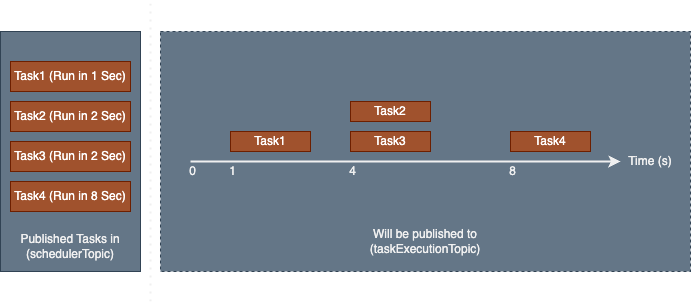
Earlier version of the draw.io export docs/WorkFlow-1.png (ehsaniara/delay-box). Source tidied: cells renumbered, new cells last; positions are measured from the earlier drawing's top-left corner, leaving out a move shared by most shapes.
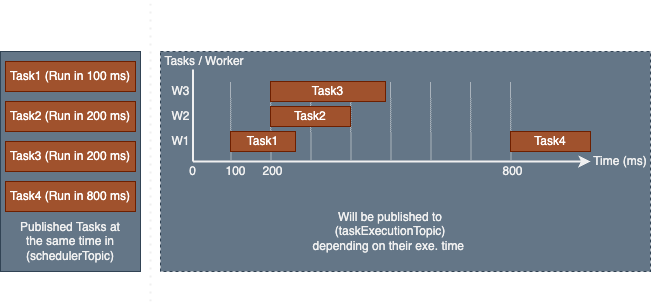
After the change.

Change to the diagram source:
```diff
@@ -3,22 +3,22 @@
     <mxCell id="0" />
     <mxCell id="1" parent="0" />
     <mxCell id="2" style="rounded=0;whiteSpace=wrap;html=1;dashed=1;fillColor=#647687;strokeColor=#314354;fontColor=#ffffff;" parent="1" vertex="1">
-      <mxGeometry x="160" y="30" width="530" height="240" as="geometry" />
+      <mxGeometry x="160" y="50" width="490" height="220" as="geometry" />
     </mxCell>
     <mxCell id="3" style="rounded=0;whiteSpace=wrap;html=1;fillColor=#647687;fontColor=#ffffff;strokeColor=#314354;" parent="1" vertex="1">
-      <mxGeometry y="30" width="140" height="240" as="geometry" />
+      <mxGeometry y="50" width="140" height="220" as="geometry" />
     </mxCell>
-    <mxCell id="4" value="Task1 (Run in 1 Sec)" style="rounded=0;whiteSpace=wrap;html=1;fillColor=#a0522d;fontColor=#ffffff;strokeColor=#6D1F00;" parent="1" vertex="1">
-      <mxGeometry x="10" y="60" width="120" height="30" as="geometry" />
+    <mxCell id="4" value="Task1 (Run in 100 ms)" style="rounded=0;whiteSpace=wrap;html=1;fillColor=#a0522d;fontColor=#ffffff;strokeColor=#6D1F00;" parent="1" vertex="1">
+      <mxGeometry x="5" y="60" width="130" height="30" as="geometry" />
     </mxCell>
-    <mxCell id="5" value="Task2 (Run in 2 Sec)" style="rounded=0;whiteSpace=wrap;html=1;fillColor=#a0522d;fontColor=#ffffff;strokeColor=#6D1F00;" parent="1" vertex="1">
-      <mxGeometry x="10" y="100" width="120" height="30" as="geometry" />
+    <mxCell id="5" value="Task2 (Run in 200 ms)" style="rounded=0;whiteSpace=wrap;html=1;fillColor=#a0522d;fontColor=#ffffff;strokeColor=#6D1F00;" parent="1" vertex="1">
+      <mxGeometry x="5" y="100" width="130" height="30" as="geometry" />
     </mxCell>
-    <mxCell id="6" value="Task3 (Run in 2 Sec)" style="rounded=0;whiteSpace=wrap;html=1;fillColor=#a0522d;fontColor=#ffffff;strokeColor=#6D1F00;" parent="1" vertex="1">
-      <mxGeometry x="10" y="140" width="120" height="30" as="geometry" />
+    <mxCell id="6" value="Task3 (Run in 200 ms)" style="rounded=0;whiteSpace=wrap;html=1;fillColor=#a0522d;fontColor=#ffffff;strokeColor=#6D1F00;" parent="1" vertex="1">
+      <mxGeometry x="5" y="140" width="130" height="30" as="geometry" />
     </mxCell>
-    <mxCell id="7" value="Task4 (Run in 8 Sec)" style="rounded=0;whiteSpace=wrap;html=1;fillColor=#a0522d;fontColor=#ffffff;strokeColor=#6D1F00;" parent="1" vertex="1">
-      <mxGeometry x="10" y="180" width="120" height="30" as="geometry" />
+    <mxCell id="7" value="Task4 (Run in 800 ms)" style="rounded=0;whiteSpace=wrap;html=1;fillColor=#a0522d;fontColor=#ffffff;strokeColor=#6D1F00;" parent="1" vertex="1">
+      <mxGeometry x="5" y="180" width="130" height="30" as="geometry" />
     </mxCell>
     <mxCell id="8" style="endArrow=none;dashed=1;html=1;dashPattern=1 3;strokeWidth=2;rounded=0;" parent="1" edge="1">
       <mxGeometry relative="1" as="geometry">
@@ -26,43 +26,106 @@
         <mxPoint x="150" as="targetPoint" />
       </mxGeometry>
     </mxCell>
-    <mxCell id="9" value="Published Tasks in (schedulerTopic)" style="text;html=1;align=center;verticalAlign=middle;whiteSpace=wrap;rounded=0;" parent="1" vertex="1">
-      <mxGeometry x="15" y="230" width="110" height="30" as="geometry" />
+    <mxCell id="9" value="Published Tasks at the same time in (schedulerTopic)" style="text;html=1;align=center;verticalAlign=middle;whiteSpace=wrap;rounded=0;" parent="1" vertex="1">
+      <mxGeometry x="15" y="220" width="110" height="40" as="geometry" />
     </mxCell>
-    <mxCell id="10" style="endArrow=classic;html=1;rounded=0;strokeWidth=2;" parent="1" edge="1" target="15">
-      <mxGeometry relative="1" as="geometry">
-        <mxPoint x="190" y="160" as="sourcePoint" />
-      </mxGeometry>
+    <mxCell id="10" style="endArrow=classic;html=1;rounded=0;strokeWidth=2;exitX=0.5;exitY=0;exitDx=0;exitDy=0;" parent="1" edge="1" source="16" target="15">
+      <mxGeometry relative="1" as="geometry" />
     </mxCell>
-    <mxCell id="11" value="Task1" style="rounded=0;whiteSpace=wrap;html=1;fillColor=#a0522d;fontColor=#ffffff;strokeColor=#6D1F00;" parent="1" vertex="1">
-      <mxGeometry x="230" y="130" width="80" height="20" as="geometry" />
-    </mxCell>
-    <mxCell id="12" value="Task3" style="rounded=0;whiteSpace=wrap;html=1;fillColor=#a0522d;fontColor=#ffffff;strokeColor=#6D1F00;" parent="1" vertex="1">
-      <mxGeometry x="350" y="130" width="80" height="20" as="geometry" />
-    </mxCell>
-    <mxCell id="13" value="Task2" style="rounded=0;whiteSpace=wrap;html=1;fillColor=#a0522d;fontColor=#ffffff;strokeColor=#6D1F00;" parent="1" vertex="1">
-      <mxGeometry x="350" y="100" width="80" height="20" as="geometry" />
-    </mxCell>
-    <mxCell id="14" value="Task4" style="rounded=0;whiteSpace=wrap;html=1;fillColor=#a0522d;fontColor=#ffffff;strokeColor=#6D1F00;" parent="1" vertex="1">
-      <mxGeometry x="510" y="130" width="80" height="20" as="geometry" />
-    </mxCell>
-    <mxCell id="15" value="Time (s)" style="text;html=1;align=center;verticalAlign=middle;whiteSpace=wrap;rounded=0;" parent="1" vertex="1">
-      <mxGeometry x="620" y="150" width="60" height="20" as="geometry" />
+    <mxCell id="15" value="Time (ms)" style="text;html=1;align=center;verticalAlign=middle;whiteSpace=wrap;rounded=0;" parent="1" vertex="1">
+      <mxGeometry x="590" y="150" width="60" height="20" as="geometry" />
     </mxCell>
     <mxCell id="16" value="0" style="text;html=1;align=center;verticalAlign=middle;whiteSpace=wrap;rounded=0;" parent="1" vertex="1">
       <mxGeometry x="180" y="160" width="25" height="20" as="geometry" />
     </mxCell>
-    <mxCell id="17" value="1" style="text;html=1;align=center;verticalAlign=middle;whiteSpace=wrap;rounded=0;" parent="1" vertex="1">
-      <mxGeometry x="220" y="160" width="25" height="20" as="geometry" />
+    <mxCell id="17" value="100" style="text;html=1;align=center;verticalAlign=middle;whiteSpace=wrap;rounded=0;" parent="1" vertex="1">
+      <mxGeometry x="222.5" y="160" width="25" height="20" as="geometry" />
     </mxCell>
-    <mxCell id="18" value="4" style="text;html=1;align=center;verticalAlign=middle;whiteSpace=wrap;rounded=0;" parent="1" vertex="1">
-      <mxGeometry x="340" y="160" width="25" height="20" as="geometry" />
+    <mxCell id="18" value="200" style="text;html=1;align=center;verticalAlign=middle;whiteSpace=wrap;rounded=0;" parent="1" vertex="1">
+      <mxGeometry x="260" y="160" width="25" height="20" as="geometry" />
     </mxCell>
-    <mxCell id="19" value="8" style="text;html=1;align=center;verticalAlign=middle;whiteSpace=wrap;rounded=0;" parent="1" vertex="1">
+    <mxCell id="19" value="800" style="text;html=1;align=center;verticalAlign=middle;whiteSpace=wrap;rounded=0;" parent="1" vertex="1">
       <mxGeometry x="500" y="160" width="25" height="20" as="geometry" />
     </mxCell>
-    <mxCell id="20" value="Will be published to (taskExecutionTopic)" style="text;html=1;align=center;verticalAlign=middle;whiteSpace=wrap;rounded=0;" parent="1" vertex="1">
-      <mxGeometry x="360" y="230" width="130" height="20" as="geometry" />
+    <mxCell id="20" value="Will be published to (taskExecutionTopic)&lt;div&gt;depending on their exe. time&amp;nbsp;&lt;/div&gt;" style="text;html=1;align=center;verticalAlign=middle;whiteSpace=wrap;rounded=0;" parent="1" vertex="1">
+      <mxGeometry x="300" y="200" width="180" height="60" as="geometry" />
     </mxCell>
+    <mxCell id="21" style="endArrow=none;html=1;rounded=0;strokeWidth=2;strokeColor=default;endFill=0;entryX=0.371;entryY=0.9;entryDx=0;entryDy=0;entryPerimeter=0;" parent="1" edge="1" target="22">
+      <mxGeometry relative="1" as="geometry">
+        <mxPoint x="192.6" y="160" as="sourcePoint" />
+      </mxGeometry>
+    </mxCell>
+    <mxCell id="22" value="Tasks / Worker" style="text;html=1;align=center;verticalAlign=middle;whiteSpace=wrap;rounded=0;" parent="1" vertex="1">
+      <mxGeometry x="160" y="50" width="87.5" height="20" as="geometry" />
+    </mxCell>
+    <mxCell id="23" style="endArrow=none;html=1;rounded=0;strokeWidth=1;strokeColor=default;endFill=0;dashed=1;dashPattern=1 1;" parent="1" edge="1">
+      <mxGeometry relative="1" as="geometry">
+        <mxPoint x="230.6" y="160" as="sourcePoint" />
+        <mxPoint x="230" y="80" as="targetPoint" />
+      </mxGeometry>
+    </mxCell>
+    <mxCell id="24" style="endArrow=none;html=1;rounded=0;strokeWidth=1;strokeColor=default;endFill=0;dashed=1;dashPattern=1 1;" parent="1" edge="1">
+      <mxGeometry relative="1" as="geometry">
+        <mxPoint x="270.6" y="160" as="sourcePoint" />
+        <mxPoint x="270" y="80" as="targetPoint" />
+      </mxGeometry>
+    </mxCell>
+    <mxCell id="25" style="endArrow=none;html=1;rounded=0;strokeWidth=1;strokeColor=default;endFill=0;dashed=1;dashPattern=1 1;" parent="1" edge="1">
+      <mxGeometry relative="1" as="geometry">
+        <mxPoint x="310.6" y="160" as="sourcePoint" />
+        <mxPoint x="310" y="80" as="targetPoint" />
+      </mxGeometry>
+    </mxCell>
+    <mxCell id="26" style="endArrow=none;html=1;rounded=0;strokeWidth=1;strokeColor=default;endFill=0;dashed=1;dashPattern=1 1;" parent="1" edge="1">
+      <mxGeometry relative="1" as="geometry">
+        <mxPoint x="350.6" y="160" as="sourcePoint" />
+        <mxPoint x="350" y="80" as="targetPoint" />
+      </mxGeometry>
+    </mxCell>
+    <mxCell id="27" style="endArrow=none;html=1;rounded=0;strokeWidth=1;strokeColor=default;endFill=0;dashed=1;dashPattern=1 1;" parent="1" edge="1">
+      <mxGeometry relative="1" as="geometry">
+        <mxPoint x="390.6" y="160" as="sourcePoint" />
+        <mxPoint x="390" y="80" as="targetPoint" />
+      </mxGeometry>
+    </mxCell>
+    <mxCell id="28" style="endArrow=none;html=1;rounded=0;strokeWidth=1;strokeColor=default;endFill=0;dashed=1;dashPattern=1 1;" parent="1" edge="1">
+      <mxGeometry relative="1" as="geometry">
+        <mxPoint x="430.6" y="160" as="sourcePoint" />
+        <mxPoint x="430" y="80" as="targetPoint" />
+      </mxGeometry>
+    </mxCell>
+    <mxCell id="29" style="endArrow=none;html=1;rounded=0;strokeWidth=1;strokeColor=default;endFill=0;dashed=1;dashPattern=1 1;" parent="1" edge="1">
+      <mxGeometry relative="1" as="geometry">
+        <mxPoint x="470.6" y="160" as="sourcePoint" />
+        <mxPoint x="470" y="80" as="targetPoint" />
+      </mxGeometry>
+    </mxCell>
+    <mxCell id="30" style="endArrow=none;html=1;rounded=0;strokeWidth=1;strokeColor=default;endFill=0;dashed=1;dashPattern=1 1;" parent="1" edge="1">
+      <mxGeometry relative="1" as="geometry">
+        <mxPoint x="510.6" y="160" as="sourcePoint" />
+        <mxPoint x="510" y="80" as="targetPoint" />
+      </mxGeometry>
+    </mxCell>
+    <mxCell id="11" value="Task1" style="rounded=0;whiteSpace=wrap;html=1;fillColor=#a0522d;fontColor=#ffffff;strokeColor=#6D1F00;" parent="1" vertex="1">
+      <mxGeometry x="230" y="130" width="65" height="20" as="geometry" />
+    </mxCell>
+    <mxCell id="12" value="Task3" style="rounded=0;whiteSpace=wrap;html=1;fillColor=#a0522d;fontColor=#ffffff;strokeColor=#6D1F00;" parent="1" vertex="1">
+      <mxGeometry x="270" y="80" width="115" height="20" as="geometry" />
+    </mxCell>
+    <mxCell id="13" value="Task2" style="rounded=0;whiteSpace=wrap;html=1;fillColor=#a0522d;fontColor=#ffffff;strokeColor=#6D1F00;" parent="1" vertex="1">
+      <mxGeometry x="270" y="105" width="80" height="20" as="geometry" />
+    </mxCell>
+    <mxCell id="14" value="Task4" style="rounded=0;whiteSpace=wrap;html=1;fillColor=#a0522d;fontColor=#ffffff;strokeColor=#6D1F00;" parent="1" vertex="1">
+      <mxGeometry x="510" y="130" width="80" height="20" as="geometry" />
+    </mxCell>
+    <mxCell id="31" value="W1" style="text;html=1;align=center;verticalAlign=middle;strokeColor=none;fillColor=none;" parent="1" vertex="1">
+      <mxGeometry x="160" y="125" width="40" height="30" as="geometry" />
+    </mxCell>
+    <mxCell id="32" value="W2" style="text;html=1;align=center;verticalAlign=middle;strokeColor=none;fillColor=none;" parent="1" vertex="1">
+      <mxGeometry x="160" y="100" width="40" height="30" as="geometry" />
+    </mxCell>
+    <mxCell id="33" value="W3" style="text;html=1;align=center;verticalAlign=middle;strokeColor=none;fillColor=none;" parent="1" vertex="1">
+      <mxGeometry x="160" y="75" width="40" height="30" as="geometry" />
+    </mxCell>
   </root>
 </mxGraphModel>
```
